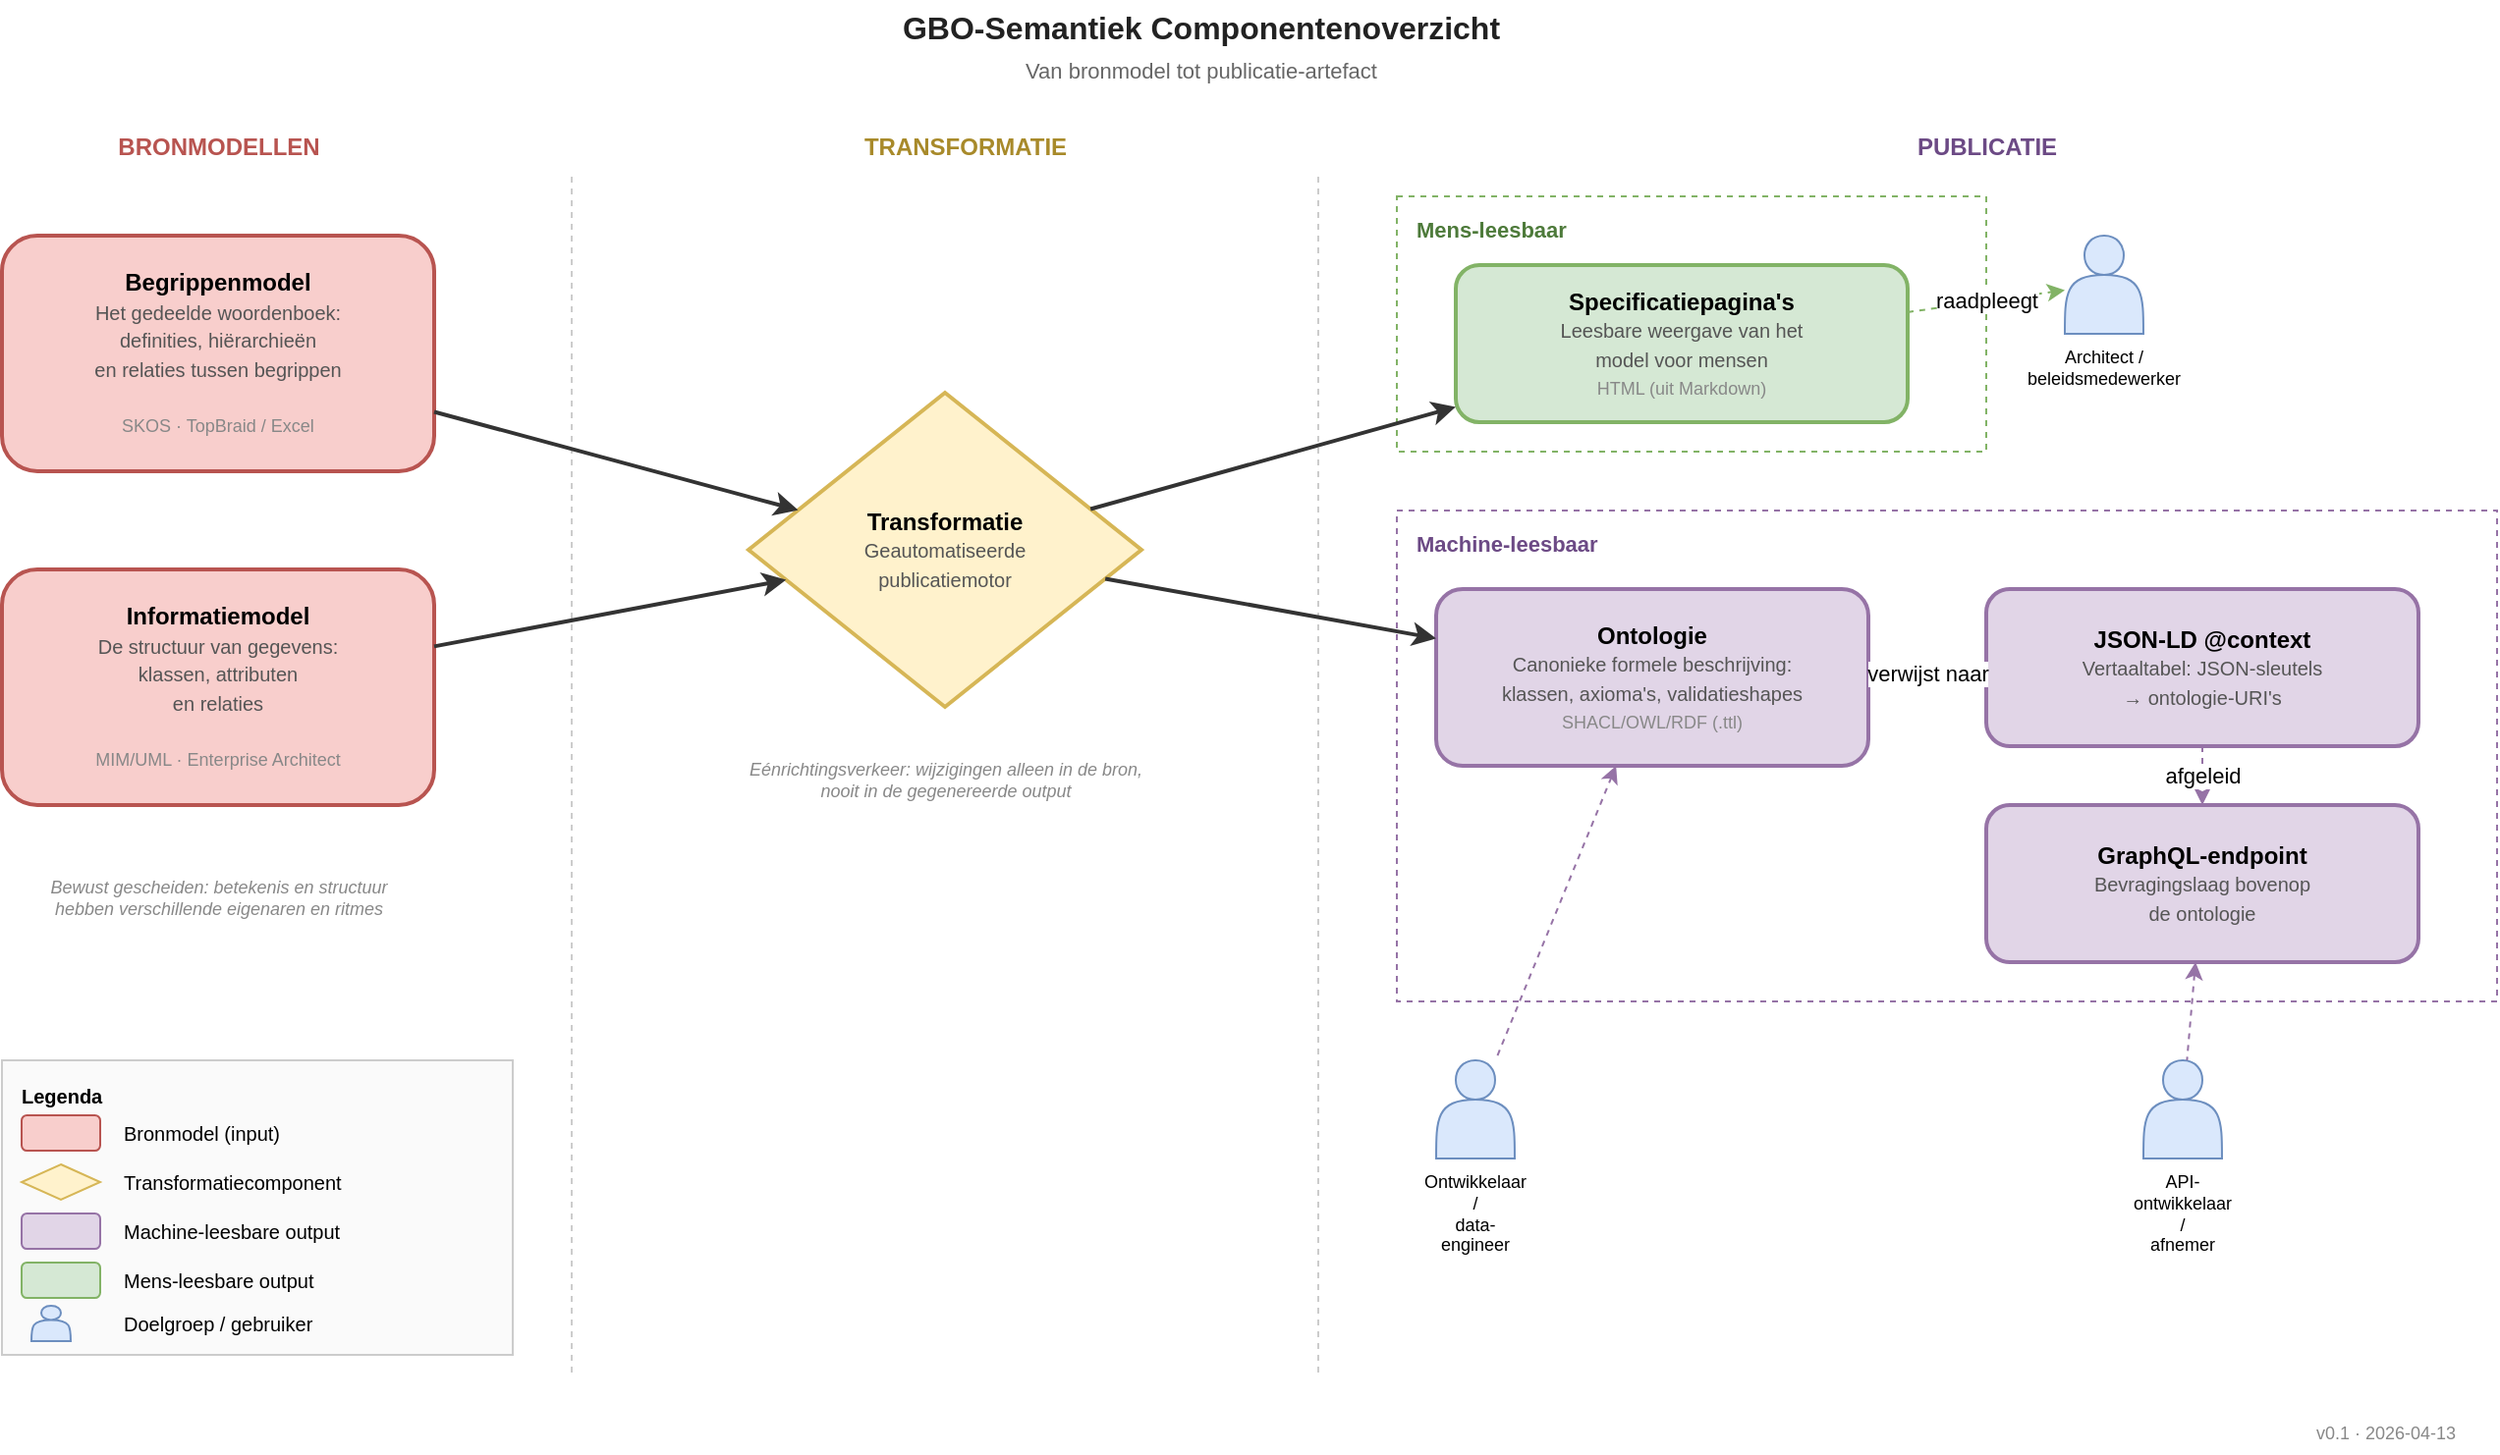
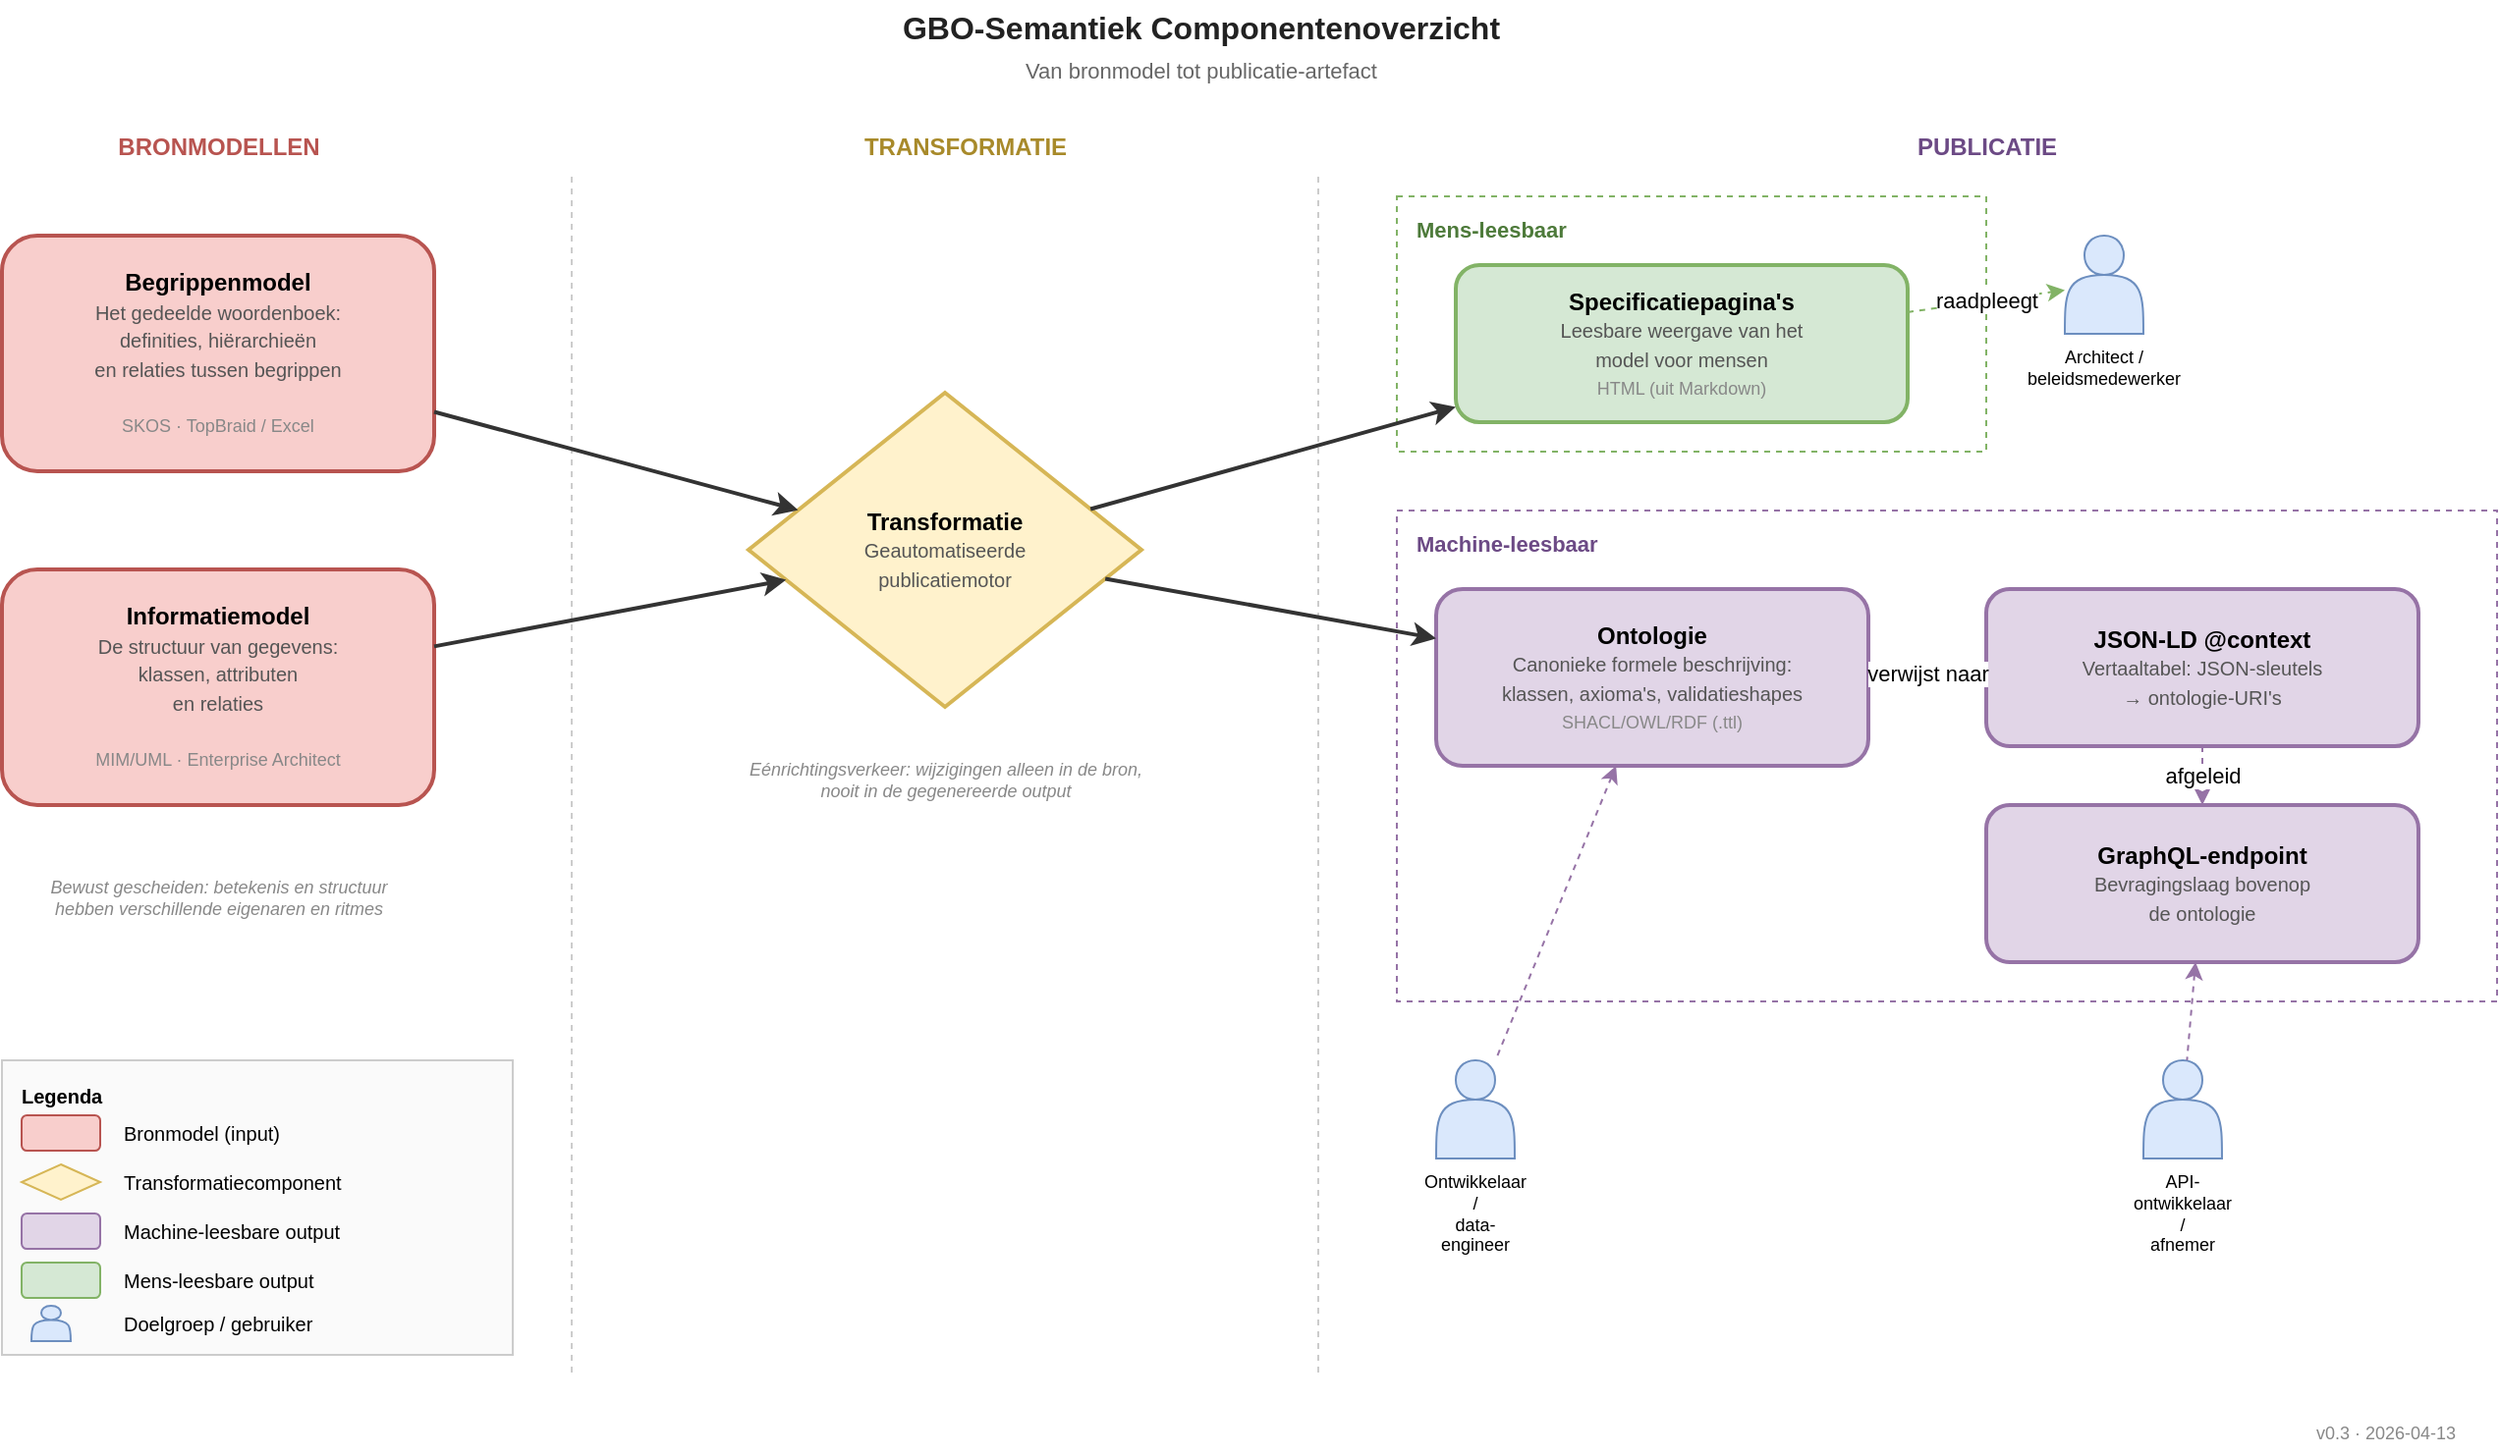
<mxfile host="Electron" agent="Claude" version="29.6.6">
  <diagram name="Componenten overzicht" id="gbo-componenten">
    <mxGraphModel dx="1300" dy="900" grid="1" gridSize="10" guides="1" tooltips="1" connect="1" arrows="1" fold="1" page="1" pageScale="1" pageWidth="1400" pageHeight="800" math="0" shadow="0">
      <root>
        <mxCell id="0" />
        <mxCell id="1" parent="0" />

        <!-- Title -->
        <mxCell id="title" parent="1" style="text;html=1;align=center;verticalAlign=middle;resizable=0;points=[];autosize=1;strokeColor=none;fillColor=none;fontSize=16;fontColor=#222222;" value="&lt;b&gt;GBO-Semantiek Componentenoverzicht&lt;/b&gt;&lt;br&gt;&lt;font style=&quot;font-size:11px;color:#666&quot;&gt;Van bronmodel tot publicatie-artefact&lt;/font&gt;" vertex="1">
          <mxGeometry x="440" y="20" width="440" height="48" as="geometry" />
        </mxCell>

        <!-- Phase labels -->
        <mxCell id="phase1" parent="1" style="text;html=1;align=center;verticalAlign=middle;strokeColor=none;fillColor=none;fontSize=12;fontColor=#b85450;fontStyle=1;" value="BRONMODELLEN" vertex="1">
          <mxGeometry x="60" y="80" width="200" height="30" as="geometry" />
        </mxCell>
        <mxCell id="phase2" parent="1" style="text;html=1;align=center;verticalAlign=middle;strokeColor=none;fillColor=none;fontSize=12;fontColor=#a88a2a;fontStyle=1;" value="TRANSFORMATIE" vertex="1">
          <mxGeometry x="440" y="80" width="200" height="30" as="geometry" />
        </mxCell>
        <mxCell id="phase3" parent="1" style="text;html=1;align=center;verticalAlign=middle;strokeColor=none;fillColor=none;fontSize=12;fontColor=#6c4a85;fontStyle=1;" value="PUBLICATIE" vertex="1">
          <mxGeometry x="860" y="80" width="400" height="30" as="geometry" />
        </mxCell>

        <!-- Divider lines -->
        <mxCell id="div1" parent="1" style="endArrow=none;html=1;strokeColor=#cccccc;strokeWidth=1;dashed=1;" edge="1">
          <mxGeometry relative="1" as="geometry">
            <mxPoint x="340" y="110" as="sourcePoint" />
            <mxPoint x="340" y="720" as="targetPoint" />
          </mxGeometry>
        </mxCell>
        <mxCell id="div2" parent="1" style="endArrow=none;html=1;strokeColor=#cccccc;strokeWidth=1;dashed=1;" edge="1">
          <mxGeometry relative="1" as="geometry">
            <mxPoint x="720" y="110" as="sourcePoint" />
            <mxPoint x="720" y="720" as="targetPoint" />
          </mxGeometry>
        </mxCell>

        <!-- Begrippenmodel -->
        <mxCell id="begrippen" parent="1" style="rounded=1;whiteSpace=wrap;html=1;fillColor=#f8cecc;strokeColor=#b85450;strokeWidth=2;verticalAlign=middle;fontSize=12;spacingTop=0;" value="&lt;b&gt;Begrippenmodel&lt;/b&gt;&lt;br&gt;&lt;font style=&quot;font-size:10px;color:#555&quot;&gt;Het gedeelde woordenboek:&lt;br&gt;definities, hi&amp;euml;rarchie&amp;euml;n&lt;br&gt;en relaties tussen begrippen&lt;/font&gt;&lt;br&gt;&lt;br&gt;&lt;font style=&quot;font-size:9px;color:#888&quot;&gt;SKOS &amp;middot; TopBraid / Excel&lt;/font&gt;" vertex="1">
          <mxGeometry x="50" y="140" width="220" height="120" as="geometry" />
        </mxCell>

        <!-- Informatiemodel -->
        <mxCell id="informatie" parent="1" style="rounded=1;whiteSpace=wrap;html=1;fillColor=#f8cecc;strokeColor=#b85450;strokeWidth=2;verticalAlign=middle;fontSize=12;spacingTop=0;" value="&lt;b&gt;Informatiemodel&lt;/b&gt;&lt;br&gt;&lt;font style=&quot;font-size:10px;color:#555&quot;&gt;De structuur van gegevens:&lt;br&gt;klassen, attributen&lt;br&gt;en relaties&lt;/font&gt;&lt;br&gt;&lt;br&gt;&lt;font style=&quot;font-size:9px;color:#888&quot;&gt;MIM/UML &amp;middot; Enterprise Architect&lt;/font&gt;" vertex="1">
          <mxGeometry x="50" y="310" width="220" height="120" as="geometry" />
        </mxCell>

        <!-- Annotation: waarom gescheiden -->
        <mxCell id="annot-bron" parent="1" style="text;html=1;align=center;verticalAlign=top;strokeColor=none;fillColor=none;fontSize=9;fontColor=#888888;fontStyle=2;" value="Bewust gescheiden: betekenis en structuur&lt;br&gt;hebben verschillende eigenaren en ritmes" vertex="1">
          <mxGeometry x="50" y="460" width="220" height="40" as="geometry" />
        </mxCell>

        <!-- Transformatiecomponent -->
        <mxCell id="transform" parent="1" style="rhombus;whiteSpace=wrap;html=1;fillColor=#fff2cc;strokeColor=#d6b656;strokeWidth=2;verticalAlign=middle;fontSize=12;" value="&lt;b&gt;Transformatie&lt;/b&gt;&lt;br&gt;&lt;font style=&quot;font-size:10px;color:#555&quot;&gt;Geautomatiseerde&lt;br&gt;publicatiemotor&lt;/font&gt;" vertex="1">
          <mxGeometry x="430" y="220" width="200" height="160" as="geometry" />
        </mxCell>

        <!-- Annotation: eenrichtingsverkeer -->
        <mxCell id="annot-trans" parent="1" style="text;html=1;align=center;verticalAlign=top;strokeColor=none;fillColor=none;fontSize=9;fontColor=#888888;fontStyle=2;" value="E&amp;eacute;nrichtingsverkeer: wijzigingen alleen in de bron,&lt;br&gt;nooit in de gegenereerde output" vertex="1">
          <mxGeometry x="395" y="400" width="270" height="40" as="geometry" />
        </mxCell>

        <!-- Machine-leesbaar: groepskader -->
        <mxCell id="lane-machine" parent="1" style="rounded=0;whiteSpace=wrap;html=1;fillColor=none;strokeColor=#9673a6;strokeWidth=1;dashed=1;verticalAlign=top;fontSize=11;fontColor=#6c4a85;align=left;spacingLeft=8;spacingTop=4;" value="&lt;b&gt;Machine-leesbaar&lt;/b&gt;" vertex="1">
          <mxGeometry x="760" y="280" width="560" height="250" as="geometry" />
        </mxCell>

        <!-- Ontologie -->
        <mxCell id="ontologie" parent="1" style="rounded=1;whiteSpace=wrap;html=1;fillColor=#e1d5e7;strokeColor=#9673a6;strokeWidth=2;verticalAlign=middle;fontSize=12;" value="&lt;b&gt;Ontologie&lt;/b&gt;&lt;br&gt;&lt;font style=&quot;font-size:10px;color:#555&quot;&gt;Canonieke formele beschrijving:&lt;br&gt;klassen, axioma&amp;#39;s, validatieshapes&lt;/font&gt;&lt;br&gt;&lt;font style=&quot;font-size:9px;color:#888&quot;&gt;SHACL/OWL/RDF (.ttl)&lt;/font&gt;" vertex="1">
          <mxGeometry x="780" y="320" width="220" height="90" as="geometry" />
        </mxCell>

        <!-- JSON-LD -->
        <mxCell id="jsonld" parent="1" style="rounded=1;whiteSpace=wrap;html=1;fillColor=#e1d5e7;strokeColor=#9673a6;strokeWidth=2;verticalAlign=middle;fontSize=12;" value="&lt;b&gt;JSON-LD @context&lt;/b&gt;&lt;br&gt;&lt;font style=&quot;font-size:10px;color:#555&quot;&gt;Vertaaltabel: JSON-sleutels&lt;br&gt;→ ontologie-URI&amp;#39;s&lt;/font&gt;" vertex="1">
          <mxGeometry x="1060" y="320" width="220" height="80" as="geometry" />
        </mxCell>

        <!-- GraphQL -->
        <mxCell id="graphql" parent="1" style="rounded=1;whiteSpace=wrap;html=1;fillColor=#e1d5e7;strokeColor=#9673a6;strokeWidth=2;verticalAlign=middle;fontSize=12;" value="&lt;b&gt;GraphQL-endpoint&lt;/b&gt;&lt;br&gt;&lt;font style=&quot;font-size:10px;color:#555&quot;&gt;Bevragingslaag bovenop&lt;br&gt;de ontologie&lt;/font&gt;" vertex="1">
          <mxGeometry x="1060" y="430" width="220" height="80" as="geometry" />
        </mxCell>

        <!-- Mens-leesbaar: groepskader -->
        <mxCell id="lane-human" parent="1" style="rounded=0;whiteSpace=wrap;html=1;fillColor=none;strokeColor=#82b366;strokeWidth=1;dashed=1;verticalAlign=top;fontSize=11;fontColor=#4d7a3a;align=left;spacingLeft=8;spacingTop=4;" value="&lt;b&gt;Mens-leesbaar&lt;/b&gt;" vertex="1">
          <mxGeometry x="760" y="120" width="300" height="130" as="geometry" />
        </mxCell>

        <!-- Specificatiepagina's -->
        <mxCell id="html" parent="1" style="rounded=1;whiteSpace=wrap;html=1;fillColor=#d5e8d4;strokeColor=#82b366;strokeWidth=2;verticalAlign=middle;fontSize=12;" value="&lt;b&gt;Specificatiepagina&amp;#39;s&lt;/b&gt;&lt;br&gt;&lt;font style=&quot;font-size:10px;color:#555&quot;&gt;Leesbare weergave van het&lt;br&gt;model voor mensen&lt;/font&gt;&lt;br&gt;&lt;font style=&quot;font-size:9px;color:#888&quot;&gt;HTML (uit Markdown)&lt;/font&gt;" vertex="1">
          <mxGeometry x="790" y="155" width="230" height="80" as="geometry" />
        </mxCell>

        <!-- Doelgroep-iconen -->
        <mxCell id="actor-tech" parent="1" style="shape=actor;whiteSpace=wrap;html=1;fillColor=#dae8fc;strokeColor=#6c8ebf;verticalLabelPosition=bottom;verticalAlign=top;fontSize=9;" value="Ontwikkelaar /&lt;br&gt;data-engineer" vertex="1">
          <mxGeometry x="780" y="560" width="40" height="50" as="geometry" />
        </mxCell>
        <mxCell id="actor-api" parent="1" style="shape=actor;whiteSpace=wrap;html=1;fillColor=#dae8fc;strokeColor=#6c8ebf;verticalLabelPosition=bottom;verticalAlign=top;fontSize=9;" value="API-ontwikkelaar /&lt;br&gt;afnemer" vertex="1">
          <mxGeometry x="1140" y="560" width="40" height="50" as="geometry" />
        </mxCell>
        <mxCell id="actor-mens" parent="1" style="shape=actor;whiteSpace=wrap;html=1;fillColor=#dae8fc;strokeColor=#6c8ebf;verticalLabelPosition=bottom;verticalAlign=top;fontSize=9;" value="Architect /&lt;br&gt;beleidsmedewerker" vertex="1">
          <mxGeometry x="1100" y="140" width="40" height="50" as="geometry" />
        </mxCell>

        <!-- Edges: bronnen → transformatie -->
        <mxCell id="e1" parent="1" style="endArrow=classic;html=1;strokeColor=#333333;strokeWidth=2;" edge="1" source="begrippen" target="transform">
          <mxGeometry relative="1" as="geometry" />
        </mxCell>
        <mxCell id="e2" parent="1" style="endArrow=classic;html=1;strokeColor=#333333;strokeWidth=2;" edge="1" source="informatie" target="transform">
          <mxGeometry relative="1" as="geometry" />
        </mxCell>

        <!-- Edges: transformatie → outputs -->
        <mxCell id="e3" parent="1" style="endArrow=classic;html=1;strokeColor=#333333;strokeWidth=2;" edge="1" source="transform" target="ontologie">
          <mxGeometry relative="1" as="geometry" />
        </mxCell>
        <mxCell id="e4" parent="1" style="endArrow=classic;html=1;strokeColor=#333333;strokeWidth=2;" edge="1" source="transform" target="html">
          <mxGeometry relative="1" as="geometry" />
        </mxCell>

        <!-- Edges: ontologie → JSON-LD → GraphQL -->
        <mxCell id="e5" parent="1" style="endArrow=classic;html=1;strokeColor=#9673a6;strokeWidth=1;dashed=1;" edge="1" source="ontologie" target="jsonld" value="verwijst naar">
          <mxGeometry relative="1" as="geometry" />
        </mxCell>
        <mxCell id="e6" parent="1" style="endArrow=classic;html=1;strokeColor=#9673a6;strokeWidth=1;dashed=1;" edge="1" source="jsonld" target="graphql" value="afgeleid">
          <mxGeometry relative="1" as="geometry" />
        </mxCell>

        <!-- Edges: outputs → actors -->
        <mxCell id="e7" parent="1" style="endArrow=classic;html=1;strokeColor=#82b366;strokeWidth=1;dashed=1;" edge="1" source="html" target="actor-mens" value="raadpleegt">
          <mxGeometry relative="1" as="geometry" />
        </mxCell>
        <mxCell id="e8" parent="1" style="endArrow=none;html=1;strokeColor=#9673a6;strokeWidth=1;dashed=1;startArrow=classic;startFill=1;" edge="1" source="ontologie" target="actor-tech">
          <mxGeometry relative="1" as="geometry" />
        </mxCell>
        <mxCell id="e9" parent="1" style="endArrow=none;html=1;strokeColor=#9673a6;strokeWidth=1;dashed=1;startArrow=classic;startFill=1;" edge="1" source="graphql" target="actor-api">
          <mxGeometry relative="1" as="geometry" />
        </mxCell>

        <!-- Legenda -->
        <mxCell id="legend-box" parent="1" style="rounded=0;whiteSpace=wrap;html=1;fillColor=#fafafa;strokeColor=#cccccc;strokeWidth=1;verticalAlign=top;align=left;fontSize=10;spacingLeft=8;spacingTop=6;" value="&lt;b&gt;Legenda&lt;/b&gt;" vertex="1">
          <mxGeometry x="50" y="560" width="260" height="150" as="geometry" />
        </mxCell>
        <mxCell id="leg1" parent="1" style="rounded=1;whiteSpace=wrap;html=1;fillColor=#f8cecc;strokeColor=#b85450;strokeWidth=1;fontSize=9;" value="" vertex="1">
          <mxGeometry x="60" y="588" width="40" height="18" as="geometry" />
        </mxCell>
        <mxCell id="leg1t" parent="1" style="text;html=1;align=left;verticalAlign=middle;strokeColor=none;fillColor=none;fontSize=10;" value="Bronmodel (input)" vertex="1">
          <mxGeometry x="110" y="586" width="180" height="22" as="geometry" />
        </mxCell>
        <mxCell id="leg2" parent="1" style="rhombus;whiteSpace=wrap;html=1;fillColor=#fff2cc;strokeColor=#d6b656;strokeWidth=1;fontSize=9;" value="" vertex="1">
          <mxGeometry x="60" y="613" width="40" height="18" as="geometry" />
        </mxCell>
        <mxCell id="leg2t" parent="1" style="text;html=1;align=left;verticalAlign=middle;strokeColor=none;fillColor=none;fontSize=10;" value="Transformatiecomponent" vertex="1">
          <mxGeometry x="110" y="611" width="180" height="22" as="geometry" />
        </mxCell>
        <mxCell id="leg3" parent="1" style="rounded=1;whiteSpace=wrap;html=1;fillColor=#e1d5e7;strokeColor=#9673a6;strokeWidth=1;fontSize=9;" value="" vertex="1">
          <mxGeometry x="60" y="638" width="40" height="18" as="geometry" />
        </mxCell>
        <mxCell id="leg3t" parent="1" style="text;html=1;align=left;verticalAlign=middle;strokeColor=none;fillColor=none;fontSize=10;" value="Machine-leesbare output" vertex="1">
          <mxGeometry x="110" y="636" width="180" height="22" as="geometry" />
        </mxCell>
        <mxCell id="leg4" parent="1" style="rounded=1;whiteSpace=wrap;html=1;fillColor=#d5e8d4;strokeColor=#82b366;strokeWidth=1;fontSize=9;" value="" vertex="1">
          <mxGeometry x="60" y="663" width="40" height="18" as="geometry" />
        </mxCell>
        <mxCell id="leg4t" parent="1" style="text;html=1;align=left;verticalAlign=middle;strokeColor=none;fillColor=none;fontSize=10;" value="Mens-leesbare output" vertex="1">
          <mxGeometry x="110" y="661" width="180" height="22" as="geometry" />
        </mxCell>
        <mxCell id="leg5" parent="1" style="shape=actor;whiteSpace=wrap;html=1;fillColor=#dae8fc;strokeColor=#6c8ebf;fontSize=9;" value="" vertex="1">
          <mxGeometry x="65" y="685" width="20" height="18" as="geometry" />
        </mxCell>
        <mxCell id="leg5t" parent="1" style="text;html=1;align=left;verticalAlign=middle;strokeColor=none;fillColor=none;fontSize=10;" value="Doelgroep / gebruiker" vertex="1">
          <mxGeometry x="110" y="683" width="180" height="22" as="geometry" />
        </mxCell>

        <!-- Version -->
-         <mxCell id="version" parent="1" style="text;html=1;align=right;verticalAlign=middle;strokeColor=none;fillColor=none;fontSize=9;fontColor=#888888;" value="v0.1 &amp;middot; 2026-04-13" vertex="1">
+         <mxCell id="version" parent="1" style="text;html=1;align=right;verticalAlign=middle;strokeColor=none;fillColor=none;fontSize=9;fontColor=#888888;" value="v0.3 &amp;middot; 2026-04-13" vertex="1">
          <mxGeometry x="1140" y="740" width="160" height="20" as="geometry" />
        </mxCell>
      </root>
    </mxGraphModel>
  </diagram>
</mxfile>
